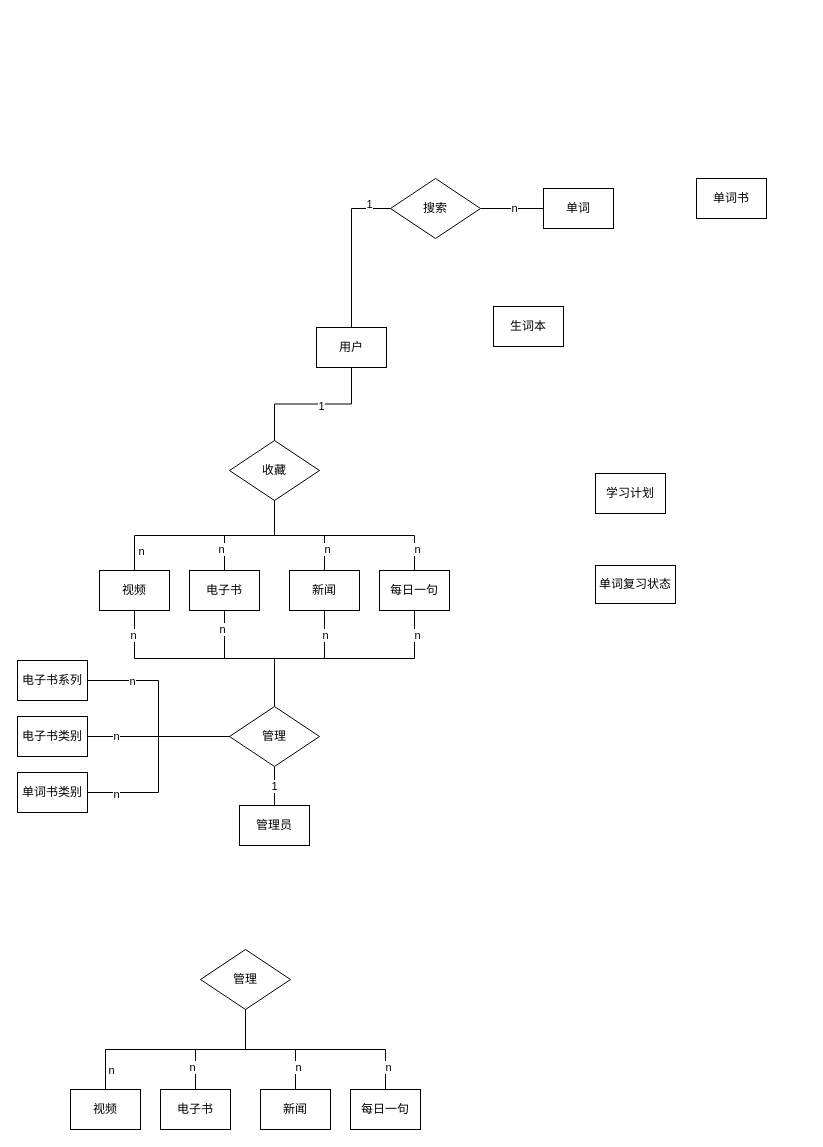
This is 数据库ER图.drawio from 6Yolo6/GraduationDesign, a draw.io file, before an edit. Source tidied: cells renumbered, new cells numbered last; positions are measured from the earlier drawing's top-left corner, leaving out a move shared by most shapes. Both pictures are drawn from the tidied source at 100%, with x=0, y=0 at pixel (17, 178).
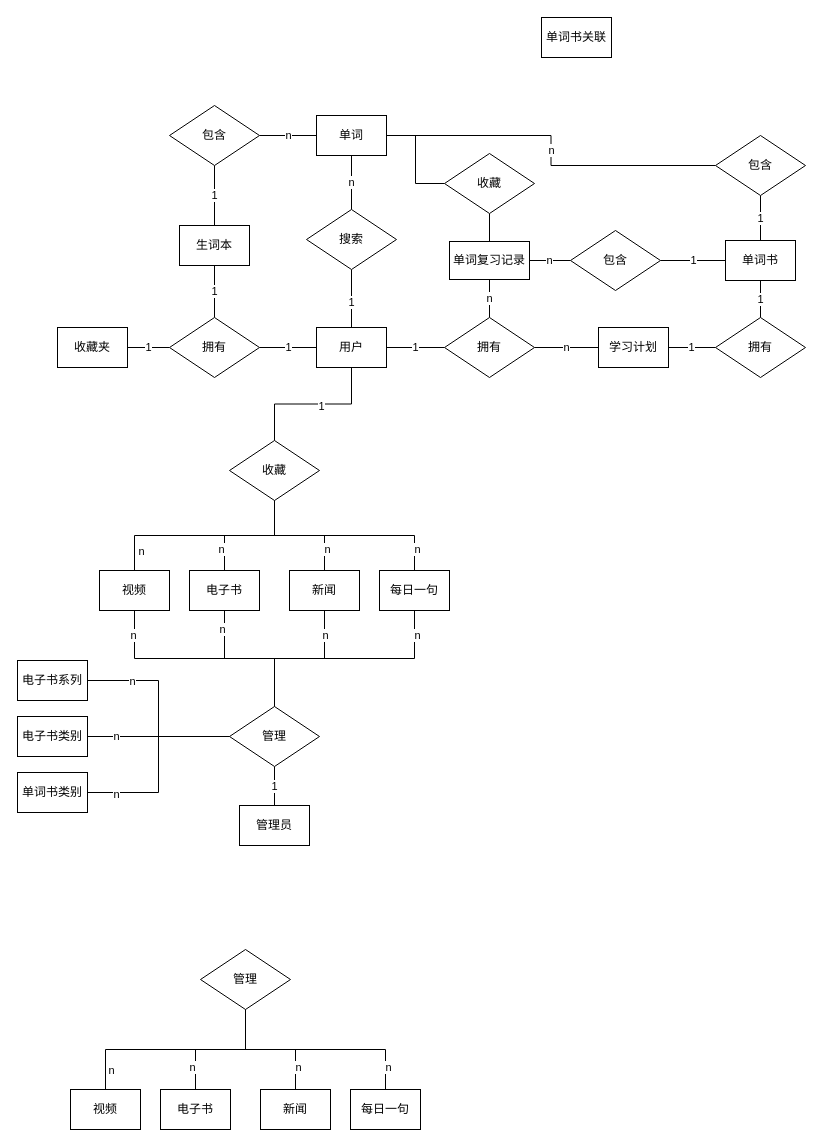
The same page after the edit.

Commit message (it also covers changes not shown here):
更新数据库ER图.drawio

Unchanged cells that the change refers to:
```xml
<mxCell id="13" value="用户" style="whiteSpace=wrap;html=1;align=center;" parent="1" vertex="1">
  <mxGeometry x="299" y="149" width="70" height="40" as="geometry" />
</mxCell>
```

What changed in the source:
```diff
@@
     <mxCell id="34" value="单词" style="whiteSpace=wrap;html=1;align=center;" parent="1" vertex="1">
-      <mxGeometry x="526" y="10" width="70" height="40" as="geometry" />
+      <mxGeometry x="299" y="-63" width="70" height="40" as="geometry" />
     </mxCell>
+    <mxCell id="37" style="edgeStyle=orthogonalEdgeStyle;rounded=0;jettySize=auto;html=1;exitX=0.5;exitY=0;exitDx=0;exitDy=0;entryX=0.5;entryY=1;entryDx=0;entryDy=0;endArrow=none;endFill=0;" parent="1" edge="1" source="39" target="34">
+      <mxGeometry relative="1" as="geometry" />
+    </mxCell>
+    <mxCell id="38" value="n" style="edgeLabel;html=1;align=center;verticalAlign=middle;" parent="37" vertex="1">
+      <mxGeometry x="0.05" y="1" relative="1" as="geometry" />
+    </mxCell>
-    <mxCell id="35" style="edgeStyle=orthogonalEdgeStyle;rounded=0;jettySize=auto;html=1;exitX=0;exitY=0.5;exitDx=0;exitDy=0;endArrow=none;endFill=0;" parent="1" edge="1" source="39" target="13">
-      <mxGeometry relative="1" as="geometry">
-        <Array as="points">
-          <mxPoint x="334" y="30" />
-        </Array>
-      </mxGeometry>
+    <mxCell id="35" style="edgeStyle=orthogonalEdgeStyle;rounded=0;jettySize=auto;html=1;exitX=0.5;exitY=1;exitDx=0;exitDy=0;entryX=0.5;entryY=0;entryDx=0;entryDy=0;endArrow=none;endFill=0;" parent="1" edge="1" source="39" target="13">
+      <mxGeometry relative="1" as="geometry" />
     </mxCell>
     <mxCell id="36" value="1" style="edgeLabel;html=1;align=center;verticalAlign=middle;" parent="35" vertex="1">
-      <mxGeometry x="0.41" y="-1" relative="1" as="geometry">
-        <mxPoint x="18" y="-77" as="offset" />
-      </mxGeometry>
+      <mxGeometry x="0.12" y="-1" relative="1" as="geometry" />
     </mxCell>
-    <mxCell id="37" style="edgeStyle=orthogonalEdgeStyle;rounded=0;jettySize=auto;html=1;exitX=1;exitY=0.5;exitDx=0;exitDy=0;entryX=0;entryY=0.5;entryDx=0;entryDy=0;endArrow=none;endFill=0;" parent="1" edge="1" source="39" target="34">
-      <mxGeometry relative="1" as="geometry" />
-    </mxCell>
-    <mxCell id="38" value="n" style="edgeLabel;html=1;align=center;verticalAlign=middle;" parent="37" vertex="1">
-      <mxGeometry x="0.05" y="1" relative="1" as="geometry" />
-    </mxCell>
     <mxCell id="39" value="搜索" style="shape=rhombus;perimeter=rhombusPerimeter;whiteSpace=wrap;html=1;align=center;" parent="1" vertex="1">
-      <mxGeometry x="373" width="90" height="60" as="geometry" />
+      <mxGeometry x="289" y="31" width="90" height="60" as="geometry" />
     </mxCell>
@@
     <mxCell id="42" value="单词书" style="whiteSpace=wrap;html=1;align=center;" parent="1" vertex="1">
-      <mxGeometry x="679" width="70" height="40" as="geometry" />
+      <mxGeometry x="708" y="62" width="70" height="40" as="geometry" />
     </mxCell>
     <mxCell id="43" value="学习计划" style="whiteSpace=wrap;html=1;align=center;" parent="1" vertex="1">
-      <mxGeometry x="578" y="295" width="70" height="40" as="geometry" />
+      <mxGeometry x="581" y="149" width="70" height="40" as="geometry" />
     </mxCell>
-    <mxCell id="44" value="单词复习状态" style="whiteSpace=wrap;html=1;align=center;" parent="1" vertex="1">
-      <mxGeometry x="578" y="387" width="80" height="38" as="geometry" />
+    <mxCell id="44" value="单词复习记录" style="whiteSpace=wrap;html=1;align=center;" parent="1" vertex="1">
+      <mxGeometry x="432" y="63" width="80" height="38" as="geometry" />
     </mxCell>
+    <mxCell id="62" value="1" style="edgeStyle=orthogonalEdgeStyle;rounded=0;jettySize=auto;html=1;endArrow=none;endFill=0;" parent="1" edge="1" source="45" target="74">
+      <mxGeometry relative="1" as="geometry" />
+    </mxCell>
     <mxCell id="45" value="生词本" style="whiteSpace=wrap;html=1;align=center;" parent="1" vertex="1">
-      <mxGeometry x="476" y="128" width="70" height="40" as="geometry" />
+      <mxGeometry x="162" y="47" width="70" height="40" as="geometry" />
     </mxCell>
@@
+    <mxCell id="63" value="1" style="edgeStyle=orthogonalEdgeStyle;rounded=0;jettySize=auto;html=1;endArrow=none;endFill=0;" parent="1" edge="1" source="65" target="42">
+      <mxGeometry relative="1" as="geometry" />
+    </mxCell>
+    <mxCell id="64" value="n" style="edgeStyle=orthogonalEdgeStyle;rounded=0;jettySize=auto;html=1;endArrow=none;endFill=0;" parent="1" edge="1" source="65" target="44">
+      <mxGeometry relative="1" as="geometry" />
+    </mxCell>
+    <mxCell id="65" value="包含" style="shape=rhombus;perimeter=rhombusPerimeter;whiteSpace=wrap;html=1;align=center;" parent="1" vertex="1">
+      <mxGeometry x="553" y="52" width="90" height="60" as="geometry" />
+    </mxCell>
+    <mxCell id="66" value="单词书关联" style="whiteSpace=wrap;html=1;align=center;" parent="1" vertex="1">
+      <mxGeometry x="524" y="-161" width="70" height="40" as="geometry" />
+    </mxCell>
+    <mxCell id="67" value="1" style="edgeStyle=orthogonalEdgeStyle;rounded=0;jettySize=auto;html=1;endArrow=none;endFill=0;" parent="1" edge="1" source="70" target="13">
+      <mxGeometry relative="1" as="geometry" />
+    </mxCell>
+    <mxCell id="68" value="n" style="edgeStyle=orthogonalEdgeStyle;rounded=0;jettySize=auto;html=1;entryX=0.5;entryY=1;entryDx=0;entryDy=0;endArrow=none;endFill=0;" parent="1" edge="1" source="70" target="44">
+      <mxGeometry relative="1" as="geometry" />
+    </mxCell>
+    <mxCell id="69" value="n" style="edgeStyle=orthogonalEdgeStyle;rounded=0;jettySize=auto;html=1;exitX=1;exitY=0.5;exitDx=0;exitDy=0;entryX=0;entryY=0.5;entryDx=0;entryDy=0;endArrow=none;endFill=0;" parent="1" edge="1" source="70" target="43">
+      <mxGeometry relative="1" as="geometry" />
+    </mxCell>
+    <mxCell id="70" value="拥有" style="shape=rhombus;perimeter=rhombusPerimeter;whiteSpace=wrap;html=1;align=center;" parent="1" vertex="1">
+      <mxGeometry x="427" y="139" width="90" height="60" as="geometry" />
+    </mxCell>
+    <mxCell id="71" value="收藏夹" style="whiteSpace=wrap;html=1;align=center;" parent="1" vertex="1">
+      <mxGeometry x="40" y="149" width="70" height="40" as="geometry" />
+    </mxCell>
+    <mxCell id="72" value="1" style="edgeStyle=orthogonalEdgeStyle;rounded=0;jettySize=auto;html=1;exitX=1;exitY=0.5;exitDx=0;exitDy=0;entryX=0;entryY=0.5;entryDx=0;entryDy=0;endArrow=none;endFill=0;" parent="1" edge="1" source="74" target="13">
+      <mxGeometry relative="1" as="geometry" />
+    </mxCell>
+    <mxCell id="73" value="1" style="edgeStyle=orthogonalEdgeStyle;rounded=0;jettySize=auto;html=1;endArrow=none;endFill=0;" parent="1" edge="1" source="74" target="71">
+      <mxGeometry relative="1" as="geometry" />
+    </mxCell>
+    <mxCell id="74" value="拥有" style="shape=rhombus;perimeter=rhombusPerimeter;whiteSpace=wrap;html=1;align=center;" parent="1" vertex="1">
+      <mxGeometry x="152" y="139" width="90" height="60" as="geometry" />
+    </mxCell>
+    <mxCell id="75" style="edgeStyle=orthogonalEdgeStyle;rounded=0;jettySize=auto;html=1;endArrow=none;endFill=0;" parent="1" edge="1" source="77" target="44">
+      <mxGeometry relative="1" as="geometry" />
+    </mxCell>
+    <mxCell id="76" style="edgeStyle=orthogonalEdgeStyle;rounded=0;jettySize=auto;html=1;endArrow=none;endFill=0;" parent="1" edge="1" source="77" target="34">
+      <mxGeometry relative="1" as="geometry" />
+    </mxCell>
+    <mxCell id="77" value="收藏" style="shape=rhombus;perimeter=rhombusPerimeter;whiteSpace=wrap;html=1;align=center;" parent="1" vertex="1">
+      <mxGeometry x="427" y="-25" width="90" height="60" as="geometry" />
+    </mxCell>
+    <mxCell id="78" value="1" style="edgeStyle=orthogonalEdgeStyle;rounded=0;jettySize=auto;html=1;endArrow=none;endFill=0;" parent="1" edge="1" source="80" target="43">
+      <mxGeometry relative="1" as="geometry" />
+    </mxCell>
+    <mxCell id="79" value="1" style="edgeStyle=orthogonalEdgeStyle;rounded=0;jettySize=auto;html=1;endArrow=none;endFill=0;" parent="1" edge="1" source="80" target="42">
+      <mxGeometry relative="1" as="geometry" />
+    </mxCell>
+    <mxCell id="80" value="拥有" style="shape=rhombus;perimeter=rhombusPerimeter;whiteSpace=wrap;html=1;align=center;" parent="1" vertex="1">
+      <mxGeometry x="698" y="139" width="90" height="60" as="geometry" />
+    </mxCell>
+    <mxCell id="81" value="1" style="edgeStyle=orthogonalEdgeStyle;rounded=0;jettySize=auto;html=1;endArrow=none;endFill=0;" parent="1" edge="1" source="83" target="42">
+      <mxGeometry relative="1" as="geometry" />
+    </mxCell>
+    <mxCell id="82" value="n" style="edgeStyle=orthogonalEdgeStyle;rounded=0;jettySize=auto;html=1;exitX=0;exitY=0.5;exitDx=0;exitDy=0;entryX=1;entryY=0.5;entryDx=0;entryDy=0;endArrow=none;endFill=0;" parent="1" edge="1" source="83" target="34">
+      <mxGeometry relative="1" as="geometry" />
+    </mxCell>
+    <mxCell id="83" value="包含" style="shape=rhombus;perimeter=rhombusPerimeter;whiteSpace=wrap;html=1;align=center;" parent="1" vertex="1">
+      <mxGeometry x="698" y="-43" width="90" height="60" as="geometry" />
+    </mxCell>
+    <mxCell id="84" value="n" style="edgeStyle=orthogonalEdgeStyle;rounded=0;jettySize=auto;html=1;endArrow=none;endFill=0;" parent="1" edge="1" source="86" target="34">
+      <mxGeometry relative="1" as="geometry" />
+    </mxCell>
+    <mxCell id="85" value="1" style="edgeStyle=orthogonalEdgeStyle;rounded=0;jettySize=auto;html=1;endArrow=none;endFill=0;" parent="1" edge="1" source="86" target="45">
+      <mxGeometry relative="1" as="geometry" />
+    </mxCell>
+    <mxCell id="86" value="包含" style="shape=rhombus;perimeter=rhombusPerimeter;whiteSpace=wrap;html=1;align=center;" parent="1" vertex="1">
+      <mxGeometry x="152" y="-73" width="90" height="60" as="geometry" />
+    </mxCell>
```
